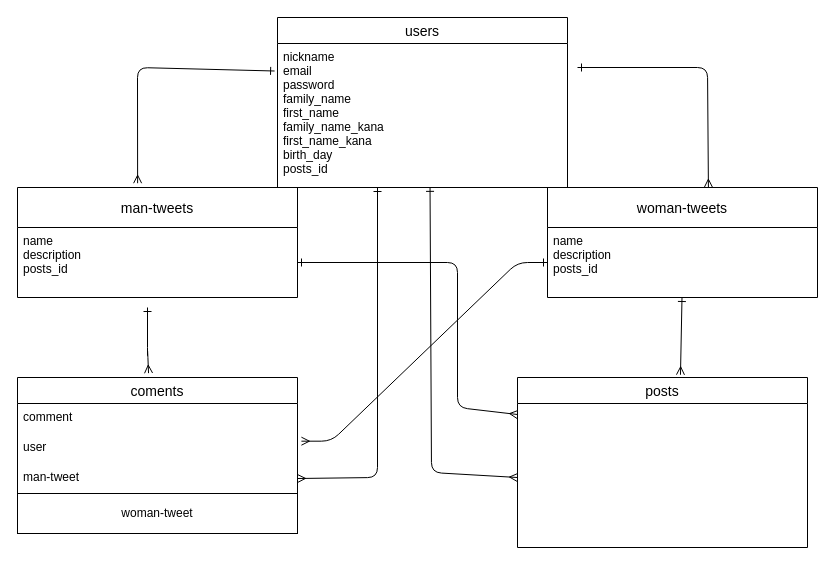
The draw.io diagram er.dio in taickunn/Beauty-Sharing, before the edit. Source tidied: cells renumbered, new cells numbered last; positions are measured from the earlier drawing's top-left corner, leaving out a move shared by most shapes. Both pictures are drawn from the tidied source at 100%, with x=0, y=0 at pixel (17, 17).
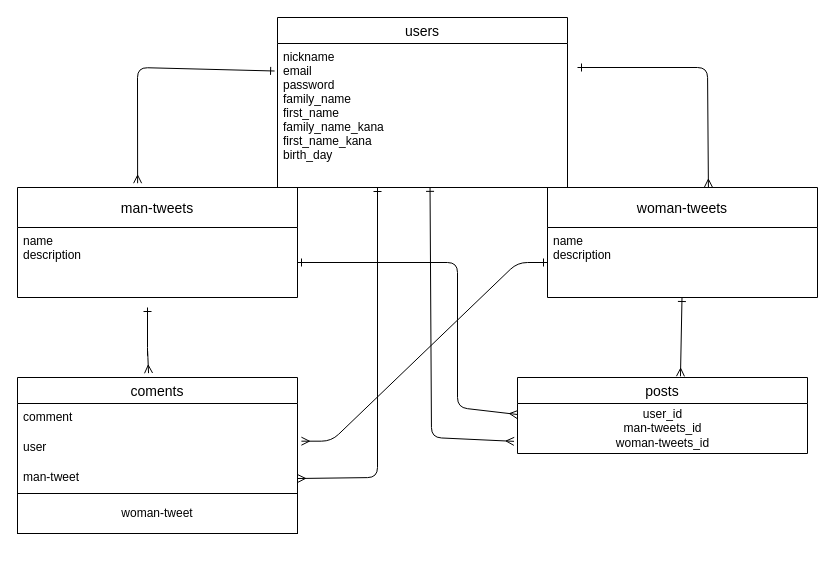
The same page after the edit.

The change refers to these unchanged cells:
```xml
<mxCell id="2" value="man-tweets" style="swimlane;fontStyle=0;horizontal=1;startSize=40;align=center;fontSize=14;" parent="1" vertex="1">
  <mxGeometry y="170" width="280" height="110" as="geometry" />
</mxCell>
<mxCell id="4" value="woman-tweets" style="swimlane;fontStyle=0;horizontal=1;startSize=40;align=center;fontSize=14;" parent="1" vertex="1">
  <mxGeometry x="530" y="170" width="270" height="110" as="geometry" />
</mxCell>
<mxCell id="6" value="users" style="swimlane;fontStyle=0;horizontal=1;startSize=26;align=center;fontSize=14;" parent="1" vertex="1">
  <mxGeometry x="260" width="290" height="170" as="geometry" />
</mxCell>
```

Change to the diagram source:
```diff
@@
-    <mxCell id="3" value="name&#10;description&#10;posts_id" style="text;strokeColor=none;fillColor=none;spacingLeft=4;spacingRight=4;overflow=hidden;points=[[0,0.5],[1,0.5]];portConstraint=eastwest;fontSize=12;" parent="2" vertex="1">
+    <mxCell id="3" value="name&#10;description" style="text;strokeColor=none;fillColor=none;spacingLeft=4;spacingRight=4;overflow=hidden;points=[[0,0.5],[1,0.5]];portConstraint=eastwest;fontSize=12;" parent="2" vertex="1">
       <mxGeometry y="40" width="280" height="70" as="geometry" />
     </mxCell>
@@
-    <mxCell id="5" value="name&#10;description&#10;posts_id" style="text;strokeColor=none;fillColor=none;spacingLeft=4;spacingRight=4;overflow=hidden;points=[[0,0.5],[1,0.5]];portConstraint=eastwest;fontSize=12;" parent="4" vertex="1">
+    <mxCell id="5" value="name&#10;description" style="text;strokeColor=none;fillColor=none;spacingLeft=4;spacingRight=4;overflow=hidden;points=[[0,0.5],[1,0.5]];portConstraint=eastwest;fontSize=12;" parent="4" vertex="1">
       <mxGeometry y="40" width="270" height="70" as="geometry" />
     </mxCell>
@@
-    <mxCell id="7" value="nickname&#10;email&#10;password&#10;family_name&#10;first_name&#10;family_name_kana&#10;first_name_kana&#10;birth_day&#10;posts_id" style="text;strokeColor=none;fillColor=none;spacingLeft=4;spacingRight=4;overflow=hidden;points=[[0,0.5],[1,0.5]];portConstraint=eastwest;fontSize=12;" parent="6" vertex="1">
+    <mxCell id="7" value="nickname&#10;email&#10;password&#10;family_name&#10;first_name&#10;family_name_kana&#10;first_name_kana&#10;birth_day" style="text;strokeColor=none;fillColor=none;spacingLeft=4;spacingRight=4;overflow=hidden;points=[[0,0.5],[1,0.5]];portConstraint=eastwest;fontSize=12;" parent="6" vertex="1">
       <mxGeometry y="26" width="290" height="144" as="geometry" />
     </mxCell>
@@
     <mxCell id="13" value="posts" style="swimlane;fontStyle=0;horizontal=1;startSize=26;align=center;fontSize=14;" parent="1" vertex="1">
-      <mxGeometry x="500" y="360" width="290" height="170" as="geometry" />
+      <mxGeometry x="500" y="360" width="290" height="76" as="geometry" />
     </mxCell>
+    <mxCell id="22" value="user_id&lt;br&gt;man-tweets_id&lt;br&gt;woman-tweets_id" style="text;html=1;align=center;verticalAlign=middle;points=[];" parent="13" vertex="1">
+      <mxGeometry y="26" width="290" height="50" as="geometry" />
+    </mxCell>
@@
-    <mxCell id="17" style="fontSize=12;html=1;endArrow=ERmany;startArrow=ERone;startFill=0;endFill=0;entryX=0;entryY=0.75;entryDx=0;entryDy=0;exitX=0.526;exitY=0.999;exitDx=0;exitDy=0;exitPerimeter=0;" parent="1" edge="1" source="7">
+    <mxCell id="17" style="fontSize=12;html=1;endArrow=ERmany;startArrow=ERone;startFill=0;endFill=0;entryX=-0.012;entryY=0.757;entryDx=0;entryDy=0;exitX=0.526;exitY=0.999;exitDx=0;exitDy=0;exitPerimeter=0;entryPerimeter=0;" parent="1" edge="1" source="7" target="22">
       <mxGeometry relative="1" as="geometry">
-        <mxPoint x="500" y="460" as="targetPoint" />
         <Array as="points">
-          <mxPoint x="414" y="455" />
+          <mxPoint x="414" y="420" />
         </Array>
       </mxGeometry>
     </mxCell>
```
